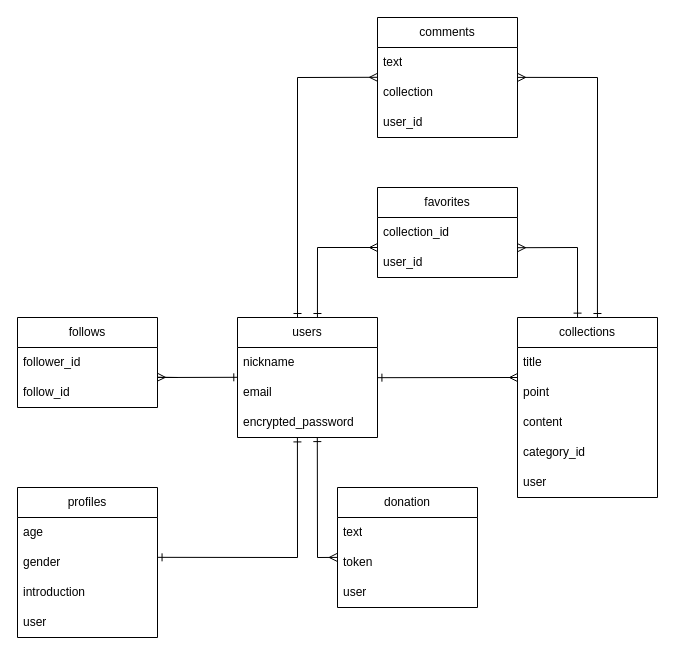
The draw.io diagram sousaku.dio in daizdag/own_works_app, before the edit. Source tidied: cells renumbered, new cells numbered last; positions are measured from the earlier drawing's top-left corner, leaving out a move shared by most shapes. Both pictures are drawn from the tidied source at 100%, with x=0, y=0 at pixel (17, 17).
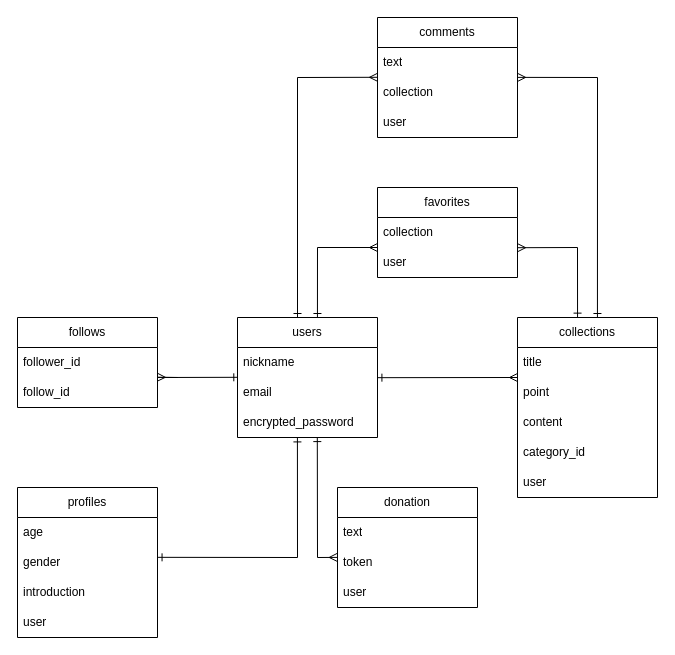
The same page after the edit.

The change refers to these unchanged cells:
```xml
<mxCell id="13" value="comments" style="swimlane;fontStyle=0;horizontal=1;startSize=30;whiteSpace=wrap;html=1;" parent="1" vertex="1">
  <mxGeometry x="360" width="140" height="120" as="geometry" />
</mxCell>
<mxCell id="18" value="favorites" style="swimlane;fontStyle=0;horizontal=1;startSize=30;whiteSpace=wrap;html=1;" parent="1" vertex="1">
  <mxGeometry x="360" y="170" width="140" height="90" as="geometry" />
</mxCell>
```

What changed in the source:
```diff
@@
-    <mxCell id="16" value="user_id" style="text;strokeColor=none;fillColor=none;align=left;verticalAlign=middle;spacingLeft=4;spacingRight=4;overflow=hidden;whiteSpace=wrap;html=1;" parent="13" vertex="1">
+    <mxCell id="16" value="user" style="text;strokeColor=none;fillColor=none;align=left;verticalAlign=middle;spacingLeft=4;spacingRight=4;overflow=hidden;whiteSpace=wrap;html=1;" parent="13" vertex="1">
       <mxGeometry y="90" width="140" height="30" as="geometry" />
     </mxCell>
@@
-    <mxCell id="19" value="collection_id" style="text;strokeColor=none;fillColor=none;align=left;verticalAlign=middle;spacingLeft=4;spacingRight=4;overflow=hidden;whiteSpace=wrap;html=1;" parent="18" vertex="1">
+    <mxCell id="19" value="collection" style="text;strokeColor=none;fillColor=none;align=left;verticalAlign=middle;spacingLeft=4;spacingRight=4;overflow=hidden;whiteSpace=wrap;html=1;" parent="18" vertex="1">
       <mxGeometry y="30" width="140" height="30" as="geometry" />
     </mxCell>
-    <mxCell id="20" value="user_id" style="text;strokeColor=none;fillColor=none;align=left;verticalAlign=middle;spacingLeft=4;spacingRight=4;overflow=hidden;points=[[0,0.5],[1,0.5]];portConstraint=eastwest;whiteSpace=wrap;html=1;" parent="18" vertex="1">
+    <mxCell id="20" value="user" style="text;strokeColor=none;fillColor=none;align=left;verticalAlign=middle;spacingLeft=4;spacingRight=4;overflow=hidden;points=[[0,0.5],[1,0.5]];portConstraint=eastwest;whiteSpace=wrap;html=1;" parent="18" vertex="1">
       <mxGeometry y="60" width="140" height="30" as="geometry" />
     </mxCell>
```
